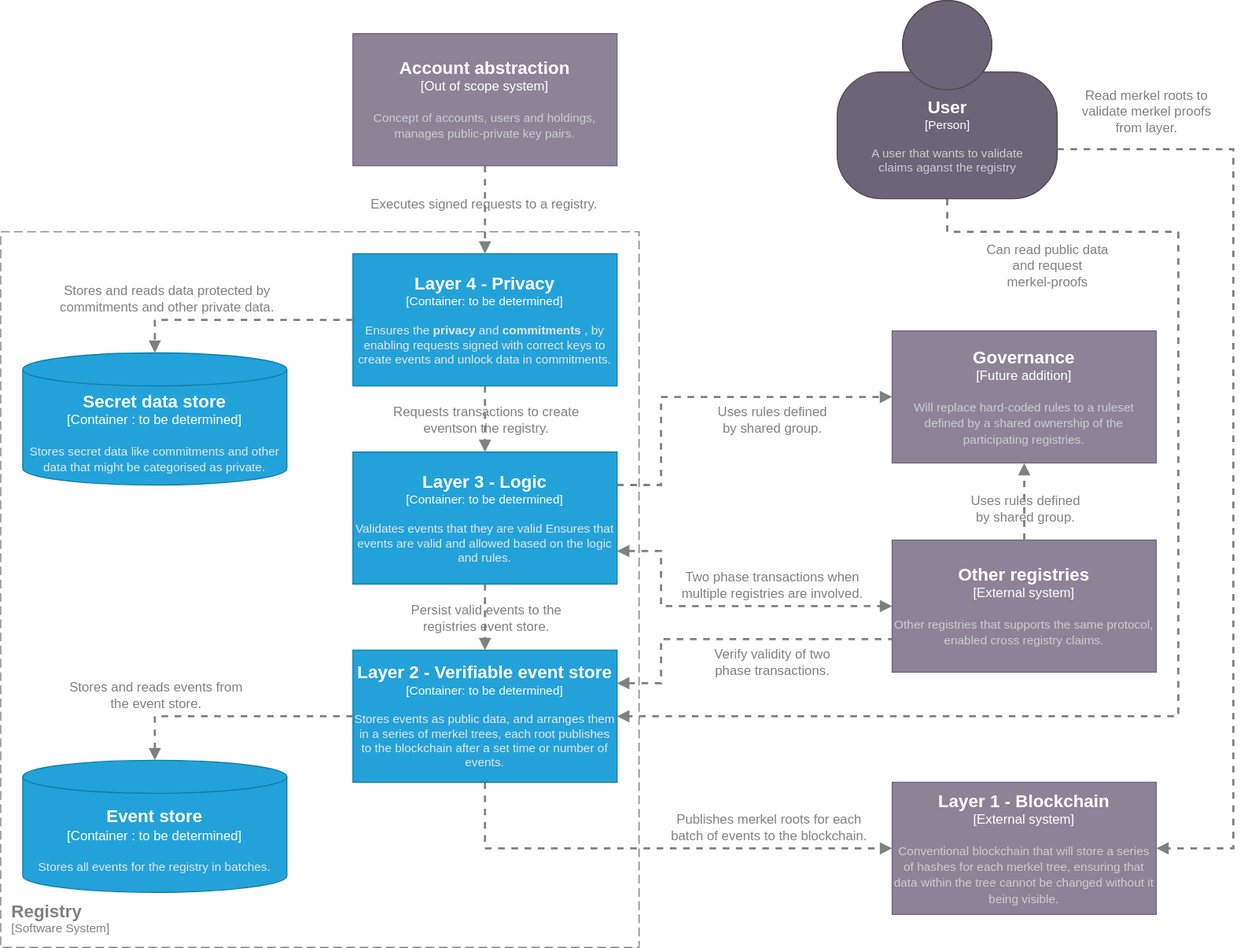
project-origin/registry keeps this draw.io diagram as doc/container_diagram.drawio.svg. Above is the earlier version. Source tidied: cells renumbered, new cells last; positions are measured from the earlier drawing's top-left corner, leaving out a move shared by most shapes.
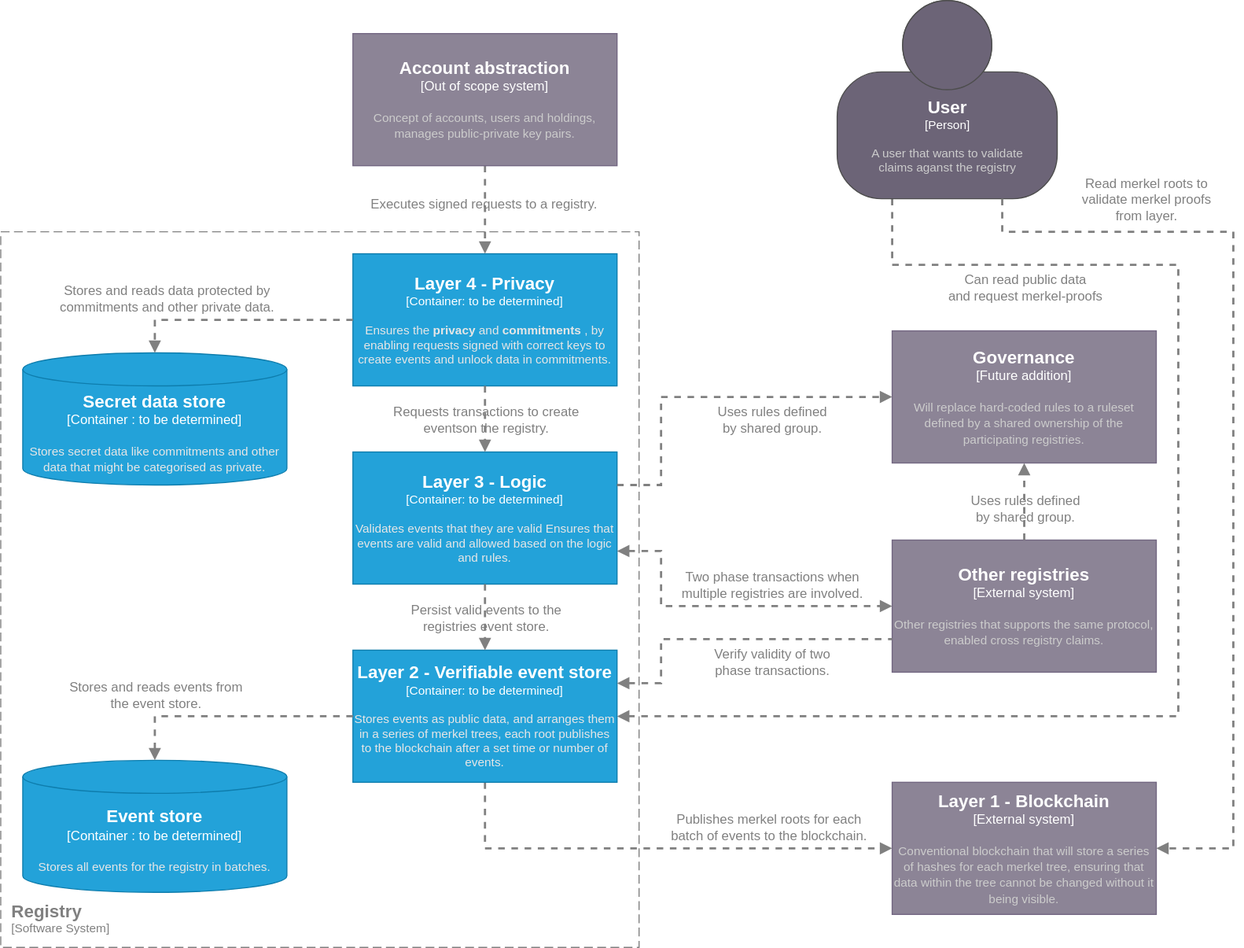
The same file after the commit.

Change to the diagram source:
```diff
@@ -48,20 +48,20 @@
         <mxGeometry x="320" y="30" width="240" height="120" as="geometry" />
       </mxCell>
     </object>
-    <mxCell id="11" style="edgeStyle=none;html=1;dashed=1;fontSize=12;endArrow=block;endFill=1;exitX=0.5;exitY=1;exitDx=0;exitDy=0;exitPerimeter=0;rounded=0;fontColor=#808080;strokeColor=#808080;strokeWidth=2;" parent="1" edge="1" source="13">
+    <mxCell id="11" style="edgeStyle=none;html=1;dashed=1;fontSize=12;endArrow=block;endFill=1;exitX=0.25;exitY=1;exitDx=0;exitDy=0;exitPerimeter=0;rounded=0;fontColor=#808080;strokeColor=#808080;strokeWidth=2;" parent="1" edge="1" source="13">
       <mxGeometry relative="1" as="geometry">
         <mxPoint x="560" y="650" as="targetPoint" />
         <Array as="points">
-          <mxPoint x="860" y="210" />
-          <mxPoint x="1070" y="210" />
+          <mxPoint x="810" y="240" />
+          <mxPoint x="1070" y="240" />
           <mxPoint x="1070" y="650" />
           <mxPoint x="600" y="650" />
         </Array>
       </mxGeometry>
     </mxCell>
-    <mxCell id="12" value="Can read public data&lt;br&gt;and request&amp;nbsp;&lt;br&gt;merkel-proofs" style="edgeLabel;html=1;align=center;verticalAlign=middle;fontSize=12;labelBackgroundColor=none;fontColor=#808080;labelBorderColor=none;rounded=0;" parent="11" vertex="1">
+    <mxCell id="12" value="Can read public data&lt;br&gt;and request&amp;nbsp;merkel-proofs" style="edgeLabel;html=1;align=center;verticalAlign=middle;fontSize=12;labelBackgroundColor=none;fontColor=#808080;labelBorderColor=none;rounded=0;" parent="11" vertex="1">
       <mxGeometry x="-0.04" y="1" relative="1" as="geometry">
-        <mxPoint x="-121" y="-303" as="offset" />
+        <mxPoint x="-141" y="-257" as="offset" />
       </mxGeometry>
     </mxCell>
     <object id="13" label="&lt;font style=&quot;font-size: 16px&quot;&gt;&lt;b&gt;%c4Name%&lt;/b&gt;&lt;/font&gt;&lt;div&gt;[%c4Type%]&lt;/div&gt;&lt;br&gt;&lt;div&gt;&lt;font style=&quot;font-size: 11px&quot;&gt;&lt;font color=&quot;#cccccc&quot;&gt;%c4Description%&lt;/font&gt;&lt;/div&gt;" c4Description="A user that wants to validate &#10;claims aganst the registry" c4Name="User" c4Type="Person" placeholders="1">
@@ -178,17 +178,18 @@
         <mxPoint x="48" y="20" as="offset" />
       </mxGeometry>
     </mxCell>
-    <mxCell id="35" style="edgeStyle=none;html=1;dashed=1;fontSize=12;endArrow=block;endFill=1;exitX=1;exitY=0.75;exitDx=0;exitDy=0;exitPerimeter=0;rounded=0;fontColor=#808080;strokeColor=#808080;strokeWidth=2;entryX=1;entryY=0.5;entryDx=0;entryDy=0;entryPerimeter=0;" parent="1" edge="1" source="13" target="6">
+    <mxCell id="35" style="edgeStyle=none;html=1;dashed=1;fontSize=12;endArrow=block;endFill=1;exitX=0.75;exitY=1;exitDx=0;exitDy=0;exitPerimeter=0;rounded=0;fontColor=#808080;strokeColor=#808080;strokeWidth=2;entryX=1;entryY=0.5;entryDx=0;entryDy=0;entryPerimeter=0;" parent="1" edge="1" source="13" target="6">
       <mxGeometry relative="1" as="geometry">
         <Array as="points">
-          <mxPoint x="1120" y="135" />
+          <mxPoint x="910" y="210" />
+          <mxPoint x="1120" y="210" />
           <mxPoint x="1120" y="770" />
         </Array>
       </mxGeometry>
     </mxCell>
     <mxCell id="36" value="Read merkel roots to&amp;nbsp;&lt;br&gt;validate merkel proofs&lt;br&gt;from layer." style="edgeLabel;html=1;align=center;verticalAlign=middle;fontSize=12;labelBackgroundColor=none;fontColor=#808080;labelBorderColor=none;rounded=0;" parent="35" vertex="1">
       <mxGeometry x="-0.04" y="1" relative="1" as="geometry">
-        <mxPoint x="-81" y="-291" as="offset" />
+        <mxPoint x="-81" y="-209" as="offset" />
       </mxGeometry>
     </mxCell>
   </root>
```
